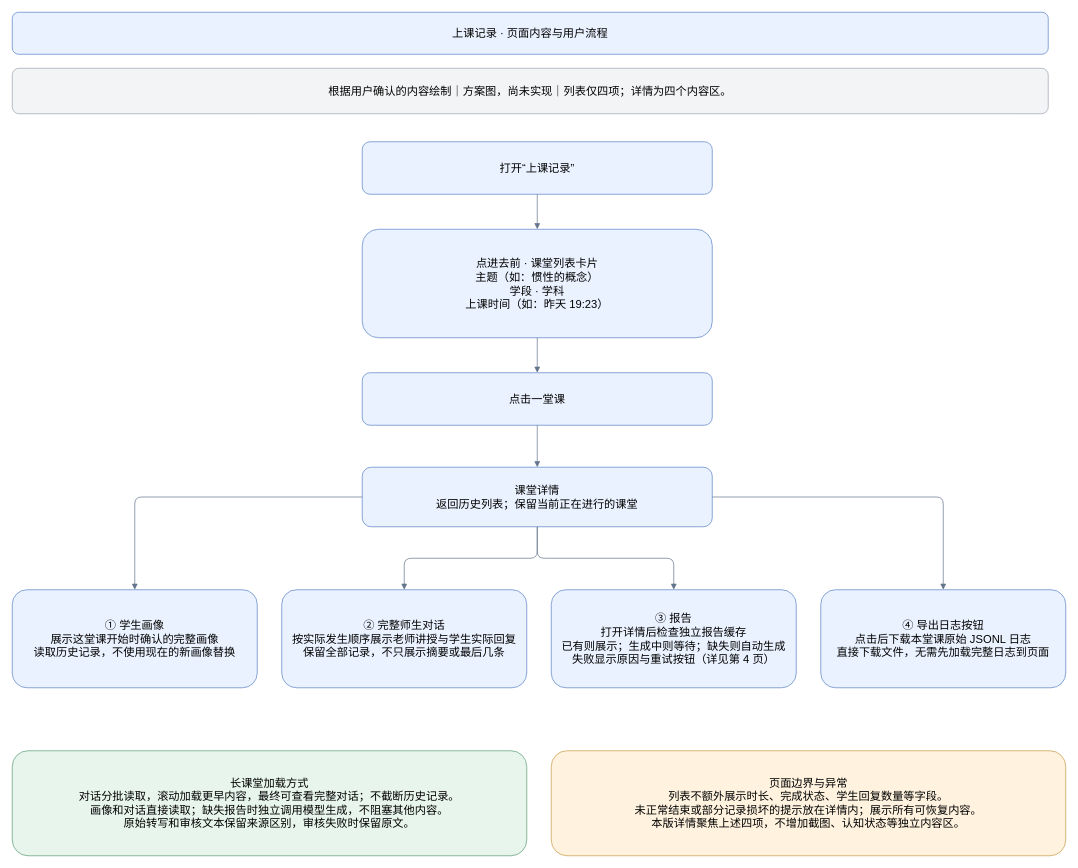
Liyang-pai/LearnFromYou keeps this draw.io diagram as page "01 页面内容与用户流程" (1 of 4) of docs/产品流程图/历史课堂功能-实施方案.drawio. Above is the earlier version. Source tidied: cells renumbered, new cells numbered last; positions are measured from the earlier drawing's top-left corner, leaving out a move shared by most shapes. Both pictures are drawn from the tidied source at 70%, with x=0, y=0 at pixel (12, 12).
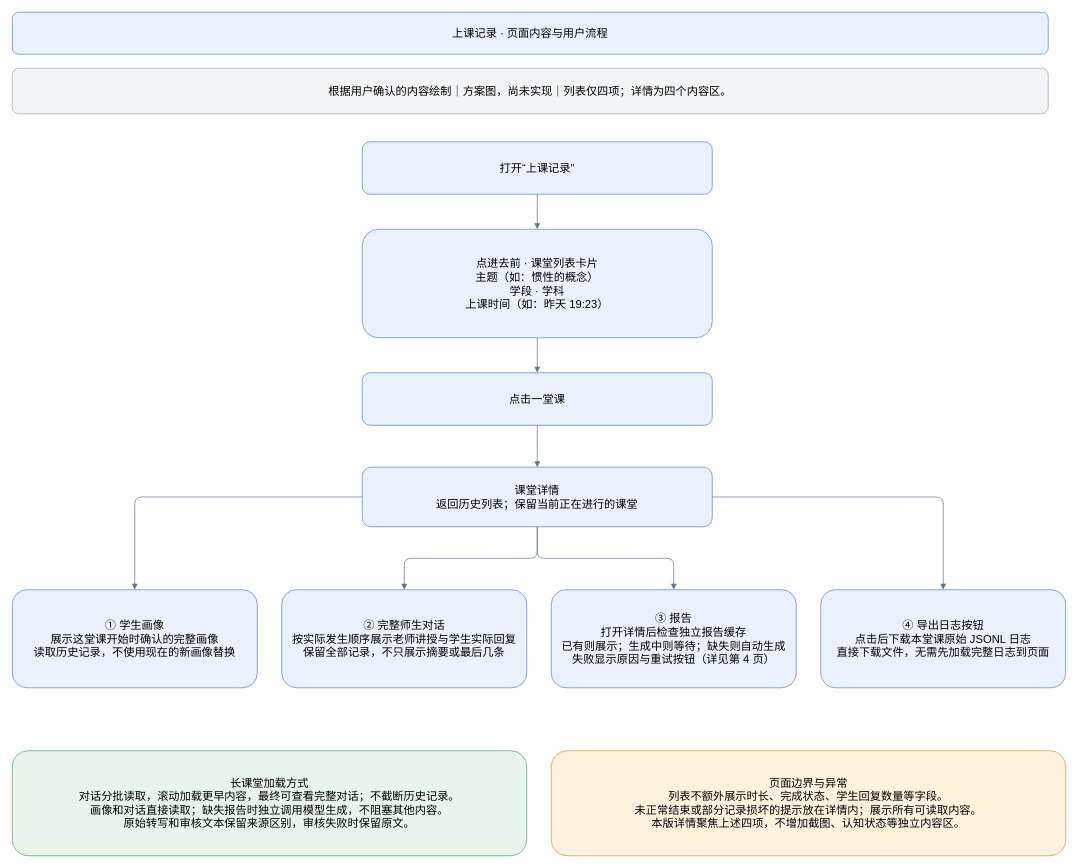
After the change.

The edit, as a diff of the source:
```diff
@@
-    <mxCell id="13" value="页面边界与异常&#10;列表不额外展示时长、完成状态、学生回复数量等字段。&#10;未正常结束或部分记录损坏的提示放在详情内；展示所有可恢复内容。&#10;本版详情聚焦上述四项，不增加截图、认知状态等独立内容区。" style="rounded=1;whiteSpace=wrap;html=0;fillColor=#fff3df;strokeColor=#c69a45;fontFamily=Helvetica;fontSize=16;spacing=14;" parent="1" vertex="1">
+    <mxCell id="13" value="页面边界与异常&#10;列表不额外展示时长、完成状态、学生回复数量等字段。&#10;未正常结束或部分记录损坏的提示放在详情内；展示所有可读取内容。&#10;本版详情聚焦上述四项，不增加截图、认知状态等独立内容区。" style="rounded=1;whiteSpace=wrap;html=0;fillColor=#fff3df;strokeColor=#c69a45;fontFamily=Helvetica;fontSize=16;spacing=14;" parent="1" vertex="1">
       <mxGeometry x="770" y="1055" width="735" height="150" as="geometry" />
     </mxCell>
```
